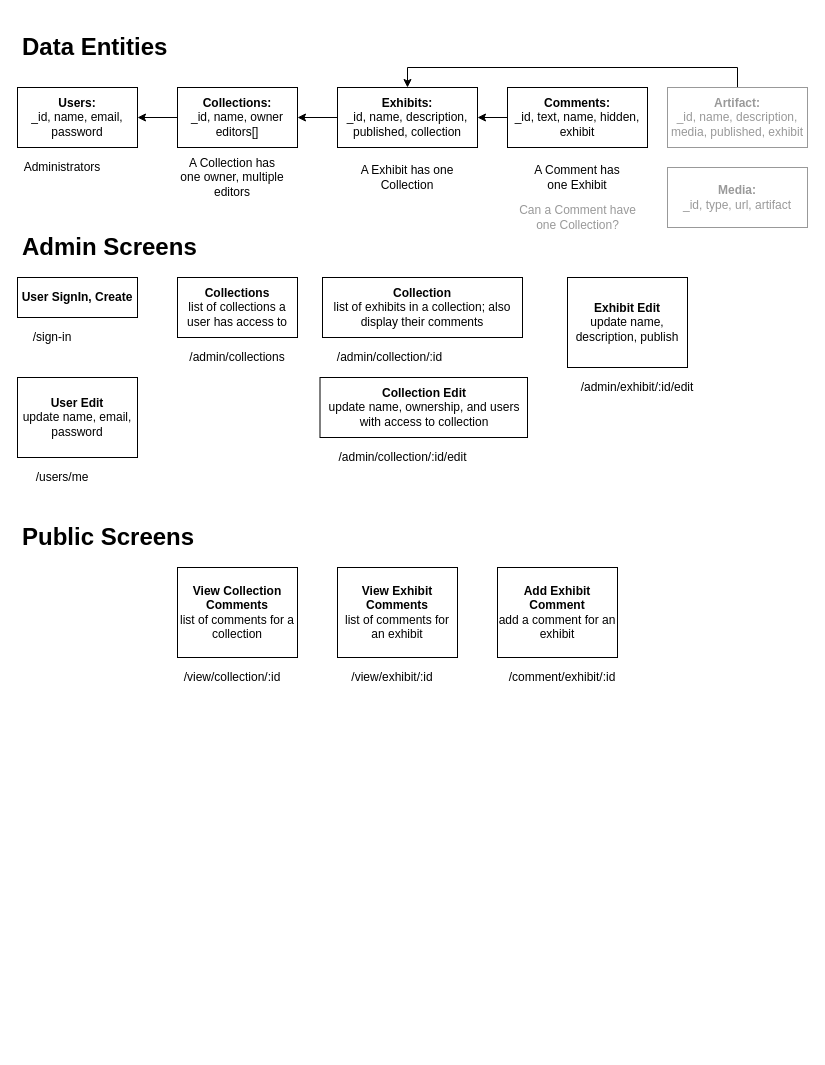
Before: InteractiveExhibit-design.drawio in stellarjaydoc/architecture, a draw.io diagram. Source tidied: cells renumbered, new cells numbered last; positions are measured from the earlier drawing's top-left corner, leaving out a move shared by most shapes. Both pictures are drawn from the tidied source at 100%, with x=0, y=0 at pixel (17, 27).
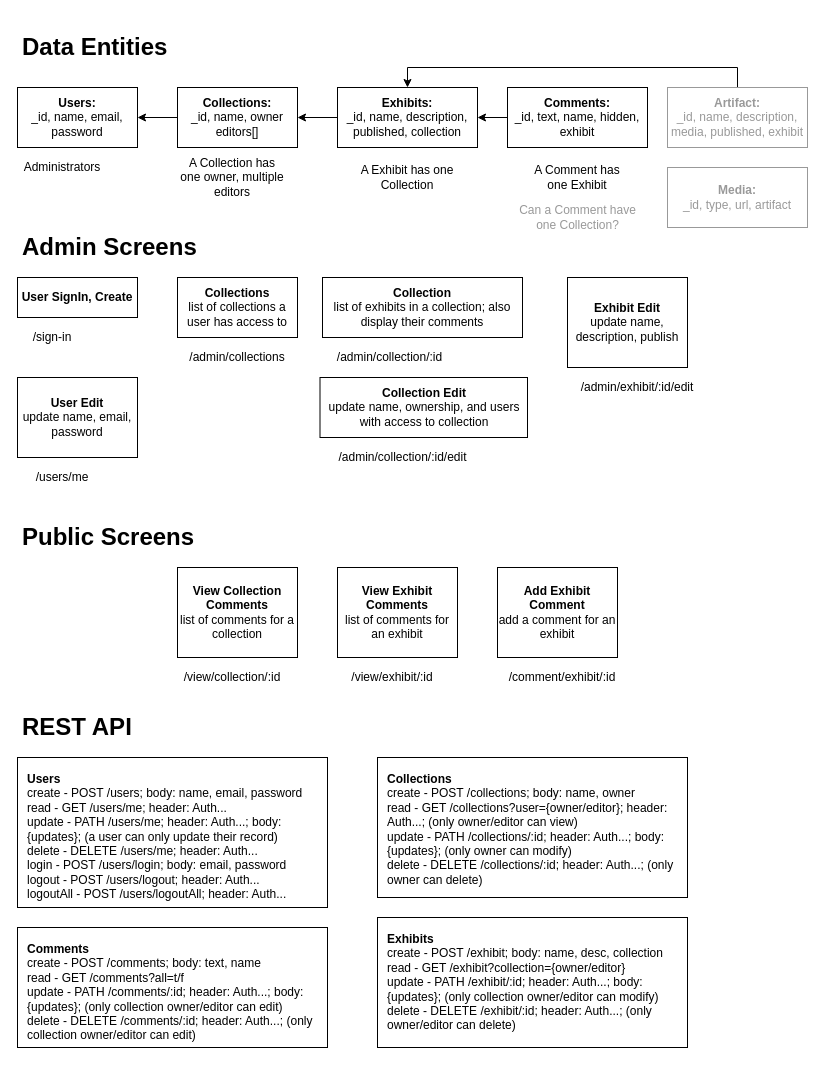
The same diagram, later.

Diff of the diagram source:
```diff
@@
+    <mxCell id="39" value="&lt;b&gt;Users&lt;/b&gt;&lt;br&gt;create - POST /users; body: name, email, password&lt;br&gt;read - GET /users/me; header: Auth...&lt;br&gt;update - PATH /users/me; header: Auth...; body: {updates}; (a user can only update their record)&lt;br&gt;delete - DELETE /users/me; header: Auth...&lt;br&gt;login - POST /users/login; body: email, password&amp;nbsp;&lt;br&gt;logout - POST /users/logout;&amp;nbsp;header: Auth...&lt;br&gt;logoutAll - POST /users/logoutAll;&amp;nbsp;header: Auth..." style="rounded=0;whiteSpace=wrap;html=1;align=left;spacing=10;verticalAlign=top;" parent="1" vertex="1">
+      <mxGeometry y="730" width="310" height="150" as="geometry" />
+    </mxCell>
+    <mxCell id="40" value="&lt;h1&gt;REST API&lt;/h1&gt;" style="text;html=1;strokeColor=none;fillColor=none;spacing=5;spacingTop=-20;whiteSpace=wrap;overflow=hidden;rounded=0;" parent="1" vertex="1">
+      <mxGeometry y="680" width="190" height="40" as="geometry" />
+    </mxCell>
+    <mxCell id="41" value="&lt;b&gt;Comments&lt;/b&gt;&lt;br&gt;create - POST /comments; body: text, name&lt;br&gt;read - GET /comments?all=t/f&lt;br&gt;update - PATH /comments/:id; header: Auth...; body: {updates}; (only collection owner/editor can edit)&lt;br&gt;delete - DELETE /comments/:id; header: Auth...; (only collection owner/editor can edit)" style="rounded=0;whiteSpace=wrap;html=1;align=left;spacing=10;verticalAlign=top;" parent="1" vertex="1">
+      <mxGeometry y="900" width="310" height="120" as="geometry" />
+    </mxCell>
+    <mxCell id="42" value="&lt;b&gt;Collections&lt;/b&gt;&lt;br&gt;create - POST /collections; body: name, owner&lt;br&gt;read - GET /collections?user={owner/editor}; header: Auth...; (only owner/editor can view)&lt;br&gt;update - PATH /collections/:id; header: Auth...; body: {updates}; (only owner can modify)&lt;br&gt;delete - DELETE /collections/:id; header: Auth...; (only owner can delete)" style="rounded=0;whiteSpace=wrap;html=1;align=left;spacing=10;verticalAlign=top;" parent="1" vertex="1">
+      <mxGeometry x="360" y="730" width="310" height="140" as="geometry" />
+    </mxCell>
+    <mxCell id="43" value="&lt;b&gt;Exhibits&lt;/b&gt;&lt;br&gt;create - POST /exhibit; body: name, desc, collection&lt;br&gt;read - GET /exhibit?collection={owner/editor}&lt;br&gt;update - PATH /exhibit/:id; header: Auth...; body: {updates}; (only collection owner/editor can modify)&lt;br&gt;delete - DELETE /exhibit/:id; header: Auth...; (only owner/editor&amp;nbsp;can delete)" style="rounded=0;whiteSpace=wrap;html=1;align=left;spacing=10;verticalAlign=top;" parent="1" vertex="1">
+      <mxGeometry x="360" y="890" width="310" height="130" as="geometry" />
+    </mxCell>
```
